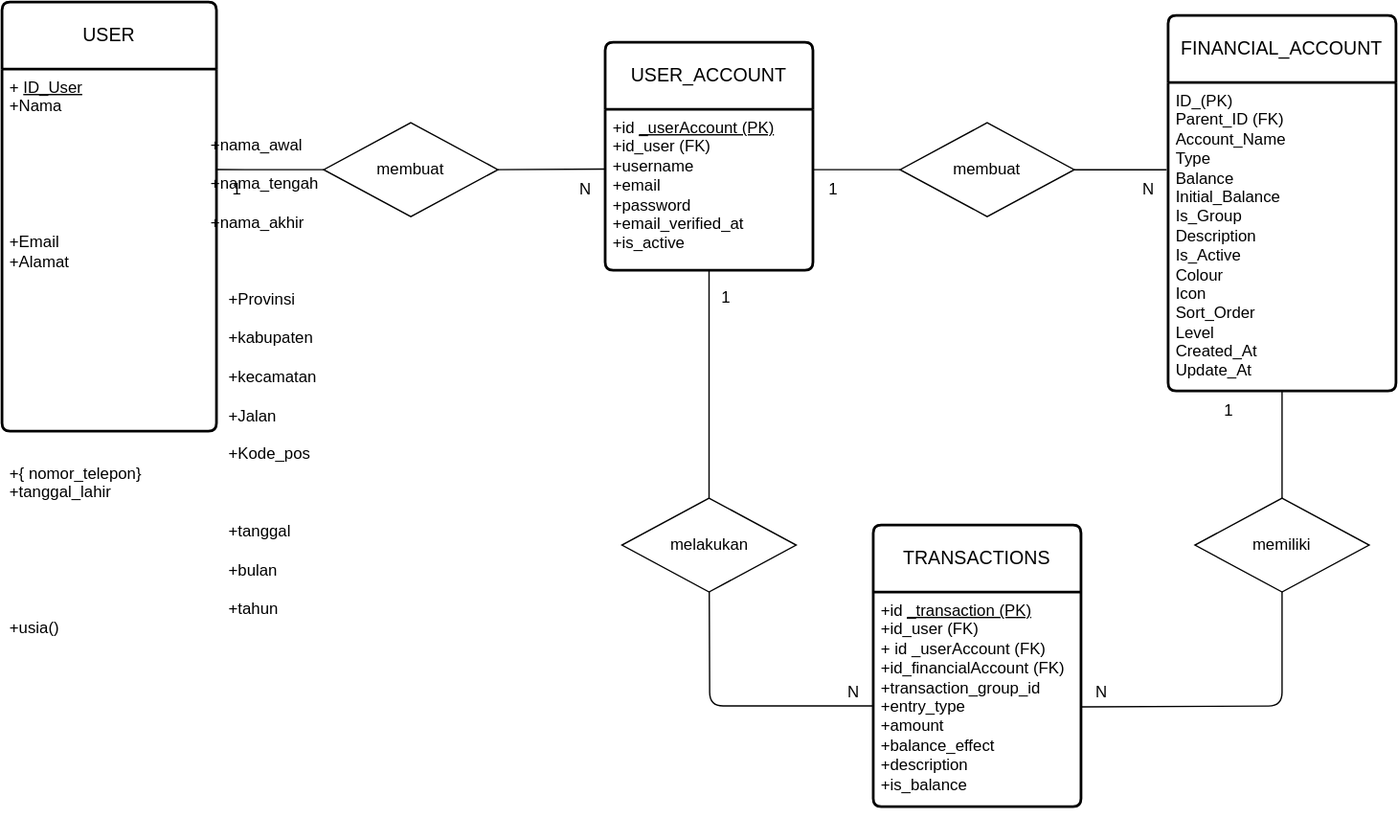
Earlier version of the draw.io export docs/erd.drawio.svg (ardiansyah-sweng/duweet). Source tidied: cells renumbered, new cells last; positions are measured from the earlier drawing's top-left corner, leaving out a move shared by most shapes.
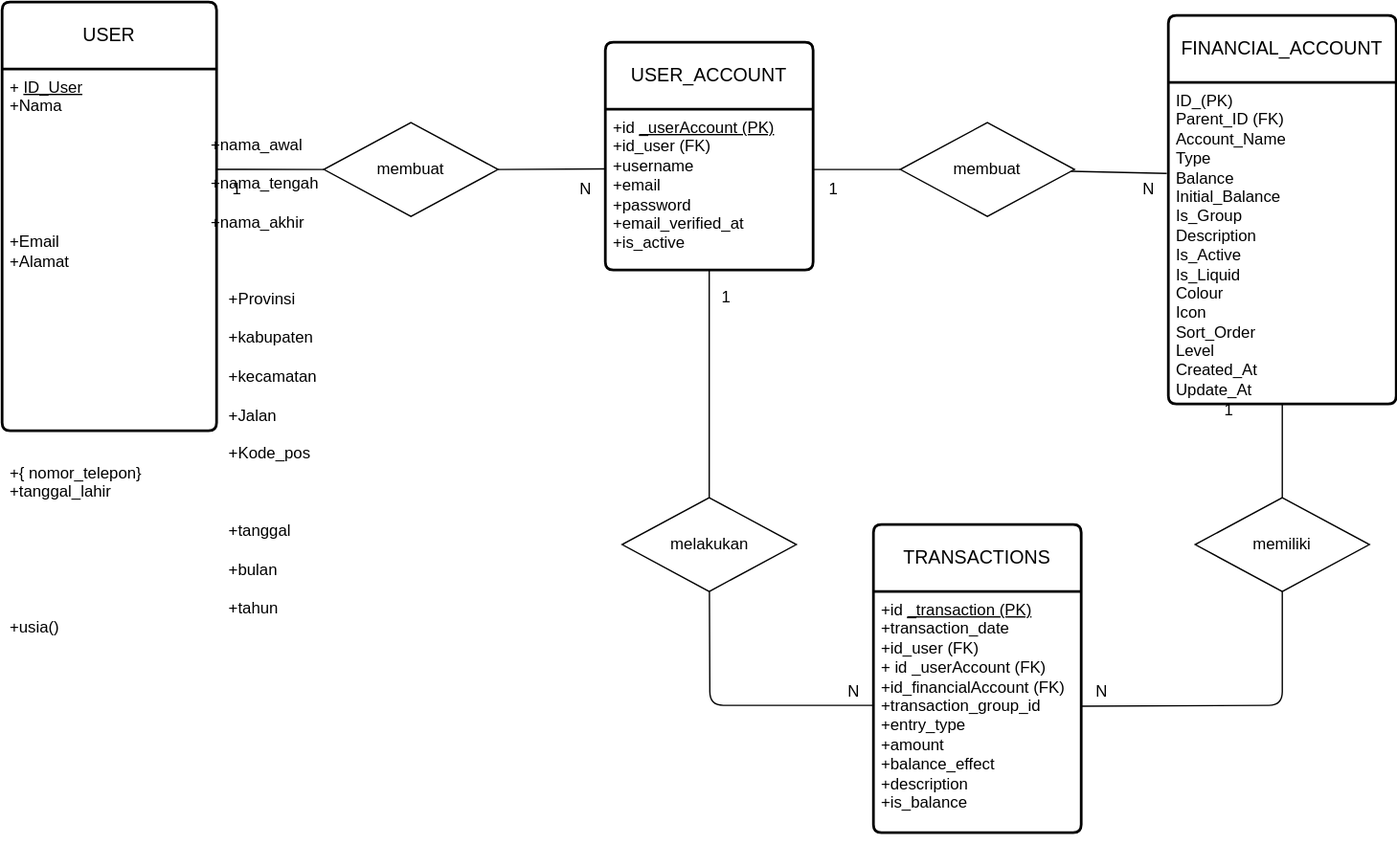
Above is the later version.

Change to the diagram source:
```diff
@@ -35,19 +35,19 @@
       <mxGeometry x="420" y="125" width="30" height="30" as="geometry" />
     </mxCell>
     <mxCell id="12" value="TRANSACTIONS" style="swimlane;horizontal=1;startSize=50;rounded=1;fontSize=14;fontStyle=0;strokeWidth=2;shadow=0;dashed=0;align=center;arcSize=4;whiteSpace=wrap;html=1;" parent="1" vertex="1">
-      <mxGeometry x="650" y="390" width="155" height="210" as="geometry" />
+      <mxGeometry x="650" y="390" width="155" height="230" as="geometry" />
     </mxCell>
-    <mxCell id="13" value="&lt;font style=&quot;color: rgb(0, 0, 0);&quot;&gt;+id&lt;u style=&quot;scrollbar-color: light-dark(#e2e2e2, #4b4b4b)&lt;br/&gt;&#9;&#9;&#9;&#9;&#9;light-dark(#fbfbfb, var(--dark-panel-color));&quot;&gt;_transaction (PK)&lt;/u&gt;&lt;br style=&quot;scrollbar-color: light-dark(#e2e2e2, #4b4b4b)&lt;br/&gt;&#9;&#9;&#9;&#9;&#9;light-dark(#fbfbfb, var(--dark-panel-color));&quot;&gt;+id_user (FK)&lt;/font&gt;&lt;div style=&quot;scrollbar-color: light-dark(#e2e2e2, #4b4b4b)&lt;br/&gt;&#9;&#9;&#9;&#9;&#9;light-dark(#fbfbfb, var(--dark-panel-color));&quot;&gt;&lt;font style=&quot;color: rgb(0, 0, 0);&quot;&gt;&lt;font style=&quot;&quot;&gt;+&lt;/font&gt;&lt;span style=&quot;background-color: transparent;&quot;&gt;id&lt;/span&gt;&lt;span style=&quot;background-color: transparent; scrollbar-color: rgb(226, 226, 226) rgb(251, 251, 251);&quot;&gt;_userAccount (FK)&lt;/span&gt;&lt;/font&gt;&lt;/div&gt;&lt;div style=&quot;scrollbar-color: light-dark(#e2e2e2, #4b4b4b)&lt;br/&gt;&#9;&#9;&#9;&#9;&#9;light-dark(#fbfbfb, var(--dark-panel-color));&quot;&gt;&lt;font style=&quot;color: rgb(0, 0, 0);&quot;&gt;+id_financialAccount (FK)&lt;/font&gt;&lt;/div&gt;&lt;div style=&quot;scrollbar-color: light-dark(#e2e2e2, #4b4b4b)&lt;br/&gt;&#9;&#9;&#9;&#9;&#9;light-dark(#fbfbfb, var(--dark-panel-color));&quot;&gt;&lt;font style=&quot;color: rgb(0, 0, 0);&quot;&gt;+transaction_group_id&lt;/font&gt;&lt;div style=&quot;scrollbar-color: light-dark(#e2e2e2, #4b4b4b)&lt;br/&gt;&#9;&#9;&#9;&#9;&#9;light-dark(#fbfbfb, var(--dark-panel-color));&quot;&gt;&lt;font style=&quot;color: rgb(0, 0, 0);&quot;&gt;+entry_type&lt;/font&gt;&lt;/div&gt;&lt;div style=&quot;scrollbar-color: light-dark(#e2e2e2, #4b4b4b)&lt;br/&gt;&#9;&#9;&#9;&#9;&#9;light-dark(#fbfbfb, var(--dark-panel-color));&quot;&gt;&lt;font style=&quot;color: rgb(0, 0, 0);&quot;&gt;+amount&lt;/font&gt;&lt;/div&gt;&lt;div style=&quot;scrollbar-color: light-dark(#e2e2e2, #4b4b4b)&lt;br/&gt;&#9;&#9;&#9;&#9;&#9;light-dark(#fbfbfb, var(--dark-panel-color));&quot;&gt;&lt;font style=&quot;color: rgb(0, 0, 0);&quot;&gt;+balance_effect&lt;/font&gt;&lt;/div&gt;&lt;div style=&quot;scrollbar-color: light-dark(#e2e2e2, #4b4b4b)&lt;br/&gt;&#9;&#9;&#9;&#9;&#9;light-dark(#fbfbfb, var(--dark-panel-color));&quot;&gt;&lt;font style=&quot;color: rgb(0, 0, 0);&quot;&gt;+description&lt;/font&gt;&lt;/div&gt;&lt;div style=&quot;scrollbar-color: light-dark(#e2e2e2, #4b4b4b)&lt;br/&gt;&#9;&#9;&#9;&#9;&#9;light-dark(#fbfbfb, var(--dark-panel-color));&quot;&gt;&lt;font style=&quot;color: rgb(0, 0, 0);&quot;&gt;+is_balance&lt;/font&gt;&lt;/div&gt;&lt;/div&gt;" style="align=left;strokeColor=none;fillColor=none;spacingLeft=4;fontSize=12;verticalAlign=top;html=1;" parent="12" vertex="1">
-      <mxGeometry y="50" width="155" height="160" as="geometry" />
+    <mxCell id="13" value="&lt;font style=&quot;color: rgb(0, 0, 0);&quot;&gt;+id&lt;u style=&quot;scrollbar-color: light-dark(#e2e2e2, #4b4b4b)&amp;lt;br/&amp;gt;&#9;&#9;&#9;&#9;&#9;light-dark(#fbfbfb, var(--dark-panel-color));&quot;&gt;_transaction (PK)&lt;/u&gt;&lt;/font&gt;&lt;div&gt;&lt;font style=&quot;color: rgb(0, 0, 0);&quot;&gt;&lt;span style=&quot;color: rgb(0, 0, 0);&quot;&gt;+transaction_date&lt;/span&gt;&lt;u&gt;&lt;br style=&quot;scrollbar-color: light-dark(#e2e2e2, #4b4b4b)&amp;lt;br/&amp;gt;&#9;&#9;&#9;&#9;&#9;light-dark(#fbfbfb, var(--dark-panel-color));&quot;&gt;&lt;/u&gt;+id_user (FK)&lt;/font&gt;&lt;div style=&quot;scrollbar-color: light-dark(#e2e2e2, #4b4b4b)&amp;lt;br/&amp;gt;&#9;&#9;&#9;&#9;&#9;light-dark(#fbfbfb, var(--dark-panel-color));&quot;&gt;&lt;font style=&quot;color: rgb(0, 0, 0);&quot;&gt;&lt;font style=&quot;&quot;&gt;+&lt;/font&gt;&lt;span style=&quot;background-color: transparent;&quot;&gt;id&lt;/span&gt;&lt;span style=&quot;background-color: transparent; scrollbar-color: rgb(226, 226, 226) rgb(251, 251, 251);&quot;&gt;_userAccount (FK)&lt;/span&gt;&lt;/font&gt;&lt;/div&gt;&lt;div style=&quot;scrollbar-color: light-dark(#e2e2e2, #4b4b4b)&amp;lt;br/&amp;gt;&#9;&#9;&#9;&#9;&#9;light-dark(#fbfbfb, var(--dark-panel-color));&quot;&gt;&lt;font style=&quot;color: rgb(0, 0, 0);&quot;&gt;+id_financialAccount (FK)&lt;/font&gt;&lt;/div&gt;&lt;div style=&quot;scrollbar-color: light-dark(#e2e2e2, #4b4b4b)&amp;lt;br/&amp;gt;&#9;&#9;&#9;&#9;&#9;light-dark(#fbfbfb, var(--dark-panel-color));&quot;&gt;&lt;font style=&quot;color: rgb(0, 0, 0);&quot;&gt;+transaction_group_id&lt;/font&gt;&lt;div style=&quot;scrollbar-color: light-dark(#e2e2e2, #4b4b4b)&amp;lt;br/&amp;gt;&#9;&#9;&#9;&#9;&#9;light-dark(#fbfbfb, var(--dark-panel-color));&quot;&gt;&lt;font style=&quot;color: rgb(0, 0, 0);&quot;&gt;+entry_type&lt;/font&gt;&lt;/div&gt;&lt;div style=&quot;scrollbar-color: light-dark(#e2e2e2, #4b4b4b)&amp;lt;br/&amp;gt;&#9;&#9;&#9;&#9;&#9;light-dark(#fbfbfb, var(--dark-panel-color));&quot;&gt;&lt;font style=&quot;color: rgb(0, 0, 0);&quot;&gt;+amount&lt;/font&gt;&lt;/div&gt;&lt;div style=&quot;scrollbar-color: light-dark(#e2e2e2, #4b4b4b)&amp;lt;br/&amp;gt;&#9;&#9;&#9;&#9;&#9;light-dark(#fbfbfb, var(--dark-panel-color));&quot;&gt;&lt;font style=&quot;color: rgb(0, 0, 0);&quot;&gt;+balance_effect&lt;/font&gt;&lt;/div&gt;&lt;div style=&quot;scrollbar-color: light-dark(#e2e2e2, #4b4b4b)&amp;lt;br/&amp;gt;&#9;&#9;&#9;&#9;&#9;light-dark(#fbfbfb, var(--dark-panel-color));&quot;&gt;&lt;font style=&quot;color: rgb(0, 0, 0);&quot;&gt;+description&lt;/font&gt;&lt;/div&gt;&lt;div style=&quot;scrollbar-color: light-dark(#e2e2e2, #4b4b4b)&amp;lt;br/&amp;gt;&#9;&#9;&#9;&#9;&#9;light-dark(#fbfbfb, var(--dark-panel-color));&quot;&gt;&lt;font style=&quot;color: rgb(0, 0, 0);&quot;&gt;+is_balance&lt;/font&gt;&lt;/div&gt;&lt;/div&gt;&lt;/div&gt;" style="align=left;strokeColor=none;fillColor=none;spacingLeft=4;fontSize=12;verticalAlign=top;html=1;" parent="12" vertex="1">
+      <mxGeometry y="50" width="155" height="180" as="geometry" />
     </mxCell>
     <mxCell id="14" style="edgeStyle=none;html=1;exitX=0.5;exitY=1;exitDx=0;exitDy=0;" parent="12" edge="1" source="12" target="13">
       <mxGeometry relative="1" as="geometry" />
     </mxCell>
     <mxCell id="15" value="FINANCIAL_ACCOUNT" style="swimlane;horizontal=1;startSize=50;rounded=1;fontSize=14;fontStyle=0;strokeWidth=2;shadow=0;dashed=0;align=center;arcSize=4;whiteSpace=wrap;html=1;" parent="1" vertex="1">
-      <mxGeometry x="870" y="10" width="170" height="280" as="geometry" />
+      <mxGeometry x="870" y="10" width="170" height="290" as="geometry" />
     </mxCell>
-    <mxCell id="16" value="&lt;div style=&quot;scrollbar-color: light-dark(#e2e2e2, #4b4b4b)&lt;br/&gt;&#9;&#9;&#9;&#9;&#9;light-dark(#fbfbfb, var(--dark-panel-color));&quot;&gt;&lt;font style=&quot;color: rgb(0, 0, 0);&quot;&gt;ID_(PK)&lt;/font&gt;&lt;/div&gt;&lt;div style=&quot;scrollbar-color: light-dark(#e2e2e2, #4b4b4b)&lt;br/&gt;&#9;&#9;&#9;&#9;&#9;light-dark(#fbfbfb, var(--dark-panel-color));&quot;&gt;&lt;font style=&quot;color: rgb(0, 0, 0);&quot;&gt;Parent_ID (FK)&lt;/font&gt;&lt;/div&gt;&lt;div style=&quot;scrollbar-color: light-dark(#e2e2e2, #4b4b4b)&lt;br/&gt;&#9;&#9;&#9;&#9;&#9;light-dark(#fbfbfb, var(--dark-panel-color));&quot;&gt;&lt;font style=&quot;color: rgb(0, 0, 0);&quot;&gt;Account_Name&lt;/font&gt;&lt;/div&gt;&lt;div style=&quot;scrollbar-color: light-dark(#e2e2e2, #4b4b4b)&lt;br/&gt;&#9;&#9;&#9;&#9;&#9;light-dark(#fbfbfb, var(--dark-panel-color));&quot;&gt;&lt;font style=&quot;color: rgb(0, 0, 0);&quot;&gt;Type&lt;/font&gt;&lt;/div&gt;&lt;div style=&quot;scrollbar-color: light-dark(#e2e2e2, #4b4b4b)&lt;br/&gt;&#9;&#9;&#9;&#9;&#9;light-dark(#fbfbfb, var(--dark-panel-color));&quot;&gt;&lt;font style=&quot;color: rgb(0, 0, 0);&quot;&gt;Balance&lt;/font&gt;&lt;/div&gt;&lt;div style=&quot;scrollbar-color: light-dark(#e2e2e2, #4b4b4b)&lt;br/&gt;&#9;&#9;&#9;&#9;&#9;light-dark(#fbfbfb, var(--dark-panel-color));&quot;&gt;&lt;font style=&quot;color: rgb(0, 0, 0);&quot;&gt;Initial_Balance&lt;/font&gt;&lt;/div&gt;&lt;div style=&quot;scrollbar-color: light-dark(#e2e2e2, #4b4b4b)&lt;br/&gt;&#9;&#9;&#9;&#9;&#9;light-dark(#fbfbfb, var(--dark-panel-color));&quot;&gt;&lt;font style=&quot;color: rgb(0, 0, 0);&quot;&gt;Is_Group&lt;/font&gt;&lt;/div&gt;&lt;div style=&quot;scrollbar-color: light-dark(#e2e2e2, #4b4b4b)&lt;br/&gt;&#9;&#9;&#9;&#9;&#9;light-dark(#fbfbfb, var(--dark-panel-color));&quot;&gt;&lt;font style=&quot;color: rgb(0, 0, 0);&quot;&gt;Description&lt;/font&gt;&lt;/div&gt;&lt;div style=&quot;scrollbar-color: light-dark(#e2e2e2, #4b4b4b)&lt;br/&gt;&#9;&#9;&#9;&#9;&#9;light-dark(#fbfbfb, var(--dark-panel-color));&quot;&gt;&lt;font style=&quot;color: rgb(0, 0, 0);&quot;&gt;Is_Active&lt;/font&gt;&lt;/div&gt;&lt;div style=&quot;scrollbar-color: light-dark(#e2e2e2, #4b4b4b)&lt;br/&gt;&#9;&#9;&#9;&#9;&#9;light-dark(#fbfbfb, var(--dark-panel-color));&quot;&gt;&lt;font style=&quot;color: rgb(0, 0, 0);&quot;&gt;Colour&lt;/font&gt;&lt;/div&gt;&lt;div style=&quot;scrollbar-color: light-dark(#e2e2e2, #4b4b4b)&lt;br/&gt;&#9;&#9;&#9;&#9;&#9;light-dark(#fbfbfb, var(--dark-panel-color));&quot;&gt;&lt;font style=&quot;color: rgb(0, 0, 0);&quot;&gt;Icon&lt;/font&gt;&lt;/div&gt;&lt;div style=&quot;scrollbar-color: light-dark(#e2e2e2, #4b4b4b)&lt;br/&gt;&#9;&#9;&#9;&#9;&#9;light-dark(#fbfbfb, var(--dark-panel-color));&quot;&gt;&lt;font style=&quot;color: rgb(0, 0, 0);&quot;&gt;Sort_Order&lt;/font&gt;&lt;/div&gt;&lt;div style=&quot;scrollbar-color: light-dark(#e2e2e2, #4b4b4b)&lt;br/&gt;&#9;&#9;&#9;&#9;&#9;light-dark(#fbfbfb, var(--dark-panel-color));&quot;&gt;&lt;font style=&quot;color: rgb(0, 0, 0);&quot;&gt;Level&lt;/font&gt;&lt;/div&gt;&lt;div style=&quot;scrollbar-color: light-dark(#e2e2e2, #4b4b4b)&lt;br/&gt;&#9;&#9;&#9;&#9;&#9;light-dark(#fbfbfb, var(--dark-panel-color));&quot;&gt;&lt;font style=&quot;color: rgb(0, 0, 0);&quot;&gt;Created_At&lt;/font&gt;&lt;/div&gt;&lt;div style=&quot;scrollbar-color: light-dark(#e2e2e2, #4b4b4b)&lt;br/&gt;&#9;&#9;&#9;&#9;&#9;light-dark(#fbfbfb, var(--dark-panel-color));&quot;&gt;&lt;font style=&quot;color: rgb(0, 0, 0);&quot;&gt;Update_At&lt;/font&gt;&lt;/div&gt;" style="align=left;strokeColor=none;fillColor=none;spacingLeft=4;fontSize=12;verticalAlign=top;html=1;" parent="15" vertex="1">
-      <mxGeometry y="50" width="170" height="230" as="geometry" />
+    <mxCell id="16" value="&lt;div style=&quot;scrollbar-color: light-dark(#e2e2e2, #4b4b4b)&amp;lt;br/&amp;gt;&#9;&#9;&#9;&#9;&#9;light-dark(#fbfbfb, var(--dark-panel-color));&quot;&gt;&lt;font style=&quot;color: rgb(0, 0, 0);&quot;&gt;ID_(PK)&lt;/font&gt;&lt;/div&gt;&lt;div style=&quot;scrollbar-color: light-dark(#e2e2e2, #4b4b4b)&amp;lt;br/&amp;gt;&#9;&#9;&#9;&#9;&#9;light-dark(#fbfbfb, var(--dark-panel-color));&quot;&gt;&lt;font style=&quot;color: rgb(0, 0, 0);&quot;&gt;Parent_ID (FK)&lt;/font&gt;&lt;/div&gt;&lt;div style=&quot;scrollbar-color: light-dark(#e2e2e2, #4b4b4b)&amp;lt;br/&amp;gt;&#9;&#9;&#9;&#9;&#9;light-dark(#fbfbfb, var(--dark-panel-color));&quot;&gt;&lt;font style=&quot;color: rgb(0, 0, 0);&quot;&gt;Account_Name&lt;/font&gt;&lt;/div&gt;&lt;div style=&quot;scrollbar-color: light-dark(#e2e2e2, #4b4b4b)&amp;lt;br/&amp;gt;&#9;&#9;&#9;&#9;&#9;light-dark(#fbfbfb, var(--dark-panel-color));&quot;&gt;&lt;font style=&quot;color: rgb(0, 0, 0);&quot;&gt;Type&lt;/font&gt;&lt;/div&gt;&lt;div style=&quot;scrollbar-color: light-dark(#e2e2e2, #4b4b4b)&amp;lt;br/&amp;gt;&#9;&#9;&#9;&#9;&#9;light-dark(#fbfbfb, var(--dark-panel-color));&quot;&gt;&lt;font style=&quot;color: rgb(0, 0, 0);&quot;&gt;Balance&lt;/font&gt;&lt;/div&gt;&lt;div style=&quot;scrollbar-color: light-dark(#e2e2e2, #4b4b4b)&amp;lt;br/&amp;gt;&#9;&#9;&#9;&#9;&#9;light-dark(#fbfbfb, var(--dark-panel-color));&quot;&gt;&lt;font style=&quot;color: rgb(0, 0, 0);&quot;&gt;Initial_Balance&lt;/font&gt;&lt;/div&gt;&lt;div style=&quot;scrollbar-color: light-dark(#e2e2e2, #4b4b4b)&amp;lt;br/&amp;gt;&#9;&#9;&#9;&#9;&#9;light-dark(#fbfbfb, var(--dark-panel-color));&quot;&gt;&lt;font style=&quot;color: rgb(0, 0, 0);&quot;&gt;Is_Group&lt;/font&gt;&lt;/div&gt;&lt;div style=&quot;scrollbar-color: light-dark(#e2e2e2, #4b4b4b)&amp;lt;br/&amp;gt;&#9;&#9;&#9;&#9;&#9;light-dark(#fbfbfb, var(--dark-panel-color));&quot;&gt;&lt;font style=&quot;color: rgb(0, 0, 0);&quot;&gt;Description&lt;/font&gt;&lt;/div&gt;&lt;div style=&quot;scrollbar-color: light-dark(#e2e2e2, #4b4b4b)&amp;lt;br/&amp;gt;&#9;&#9;&#9;&#9;&#9;light-dark(#fbfbfb, var(--dark-panel-color));&quot;&gt;&lt;font style=&quot;color: rgb(0, 0, 0);&quot;&gt;Is_Active&lt;/font&gt;&lt;/div&gt;&lt;div style=&quot;scrollbar-color: light-dark(#e2e2e2, #4b4b4b)&amp;lt;br/&amp;gt;&#9;&#9;&#9;&#9;&#9;light-dark(#fbfbfb, var(--dark-panel-color));&quot;&gt;&lt;font style=&quot;color: rgb(0, 0, 0);&quot;&gt;Is_Liquid&lt;/font&gt;&lt;/div&gt;&lt;div style=&quot;scrollbar-color: light-dark(#e2e2e2, #4b4b4b)&amp;lt;br/&amp;gt;&#9;&#9;&#9;&#9;&#9;light-dark(#fbfbfb, var(--dark-panel-color));&quot;&gt;&lt;font style=&quot;color: rgb(0, 0, 0);&quot;&gt;Colour&lt;/font&gt;&lt;/div&gt;&lt;div style=&quot;scrollbar-color: light-dark(#e2e2e2, #4b4b4b)&amp;lt;br/&amp;gt;&#9;&#9;&#9;&#9;&#9;light-dark(#fbfbfb, var(--dark-panel-color));&quot;&gt;&lt;font style=&quot;color: rgb(0, 0, 0);&quot;&gt;Icon&lt;/font&gt;&lt;/div&gt;&lt;div style=&quot;scrollbar-color: light-dark(#e2e2e2, #4b4b4b)&amp;lt;br/&amp;gt;&#9;&#9;&#9;&#9;&#9;light-dark(#fbfbfb, var(--dark-panel-color));&quot;&gt;&lt;font style=&quot;color: rgb(0, 0, 0);&quot;&gt;Sort_Order&lt;/font&gt;&lt;/div&gt;&lt;div style=&quot;scrollbar-color: light-dark(#e2e2e2, #4b4b4b)&amp;lt;br/&amp;gt;&#9;&#9;&#9;&#9;&#9;light-dark(#fbfbfb, var(--dark-panel-color));&quot;&gt;&lt;font style=&quot;color: rgb(0, 0, 0);&quot;&gt;Level&lt;/font&gt;&lt;/div&gt;&lt;div style=&quot;scrollbar-color: light-dark(#e2e2e2, #4b4b4b)&amp;lt;br/&amp;gt;&#9;&#9;&#9;&#9;&#9;light-dark(#fbfbfb, var(--dark-panel-color));&quot;&gt;&lt;font style=&quot;color: rgb(0, 0, 0);&quot;&gt;Created_At&lt;/font&gt;&lt;/div&gt;&lt;div style=&quot;scrollbar-color: light-dark(#e2e2e2, #4b4b4b)&amp;lt;br/&amp;gt;&#9;&#9;&#9;&#9;&#9;light-dark(#fbfbfb, var(--dark-panel-color));&quot;&gt;&lt;font style=&quot;color: rgb(0, 0, 0);&quot;&gt;Update_At&lt;/font&gt;&lt;/div&gt;" style="align=left;strokeColor=none;fillColor=none;spacingLeft=4;fontSize=12;verticalAlign=top;html=1;" parent="15" vertex="1">
+      <mxGeometry y="50" width="170" height="240" as="geometry" />
     </mxCell>
     <mxCell id="17" style="edgeStyle=none;html=1;exitX=0.5;exitY=1;exitDx=0;exitDy=0;" parent="15" edge="1" source="15" target="16">
       <mxGeometry relative="1" as="geometry" />
```
